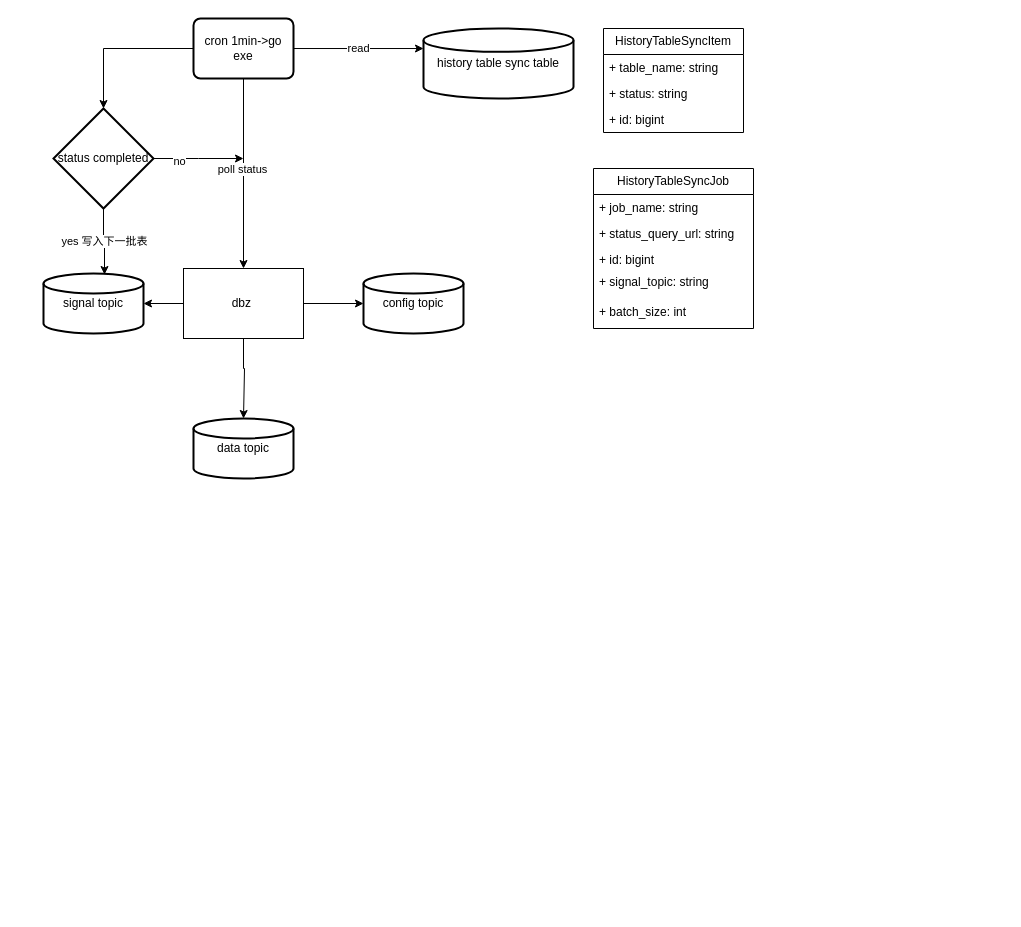
This is images/大分表历史同步.drawio from MyLanPangzi/docs, a draw.io file, before an edit. Source tidied: cells renumbered, new cells numbered last; positions are measured from the earlier drawing's top-left corner, leaving out a move shared by most shapes. Both pictures are drawn from the tidied source at 100%, with x=0, y=0 at pixel (43, 18).
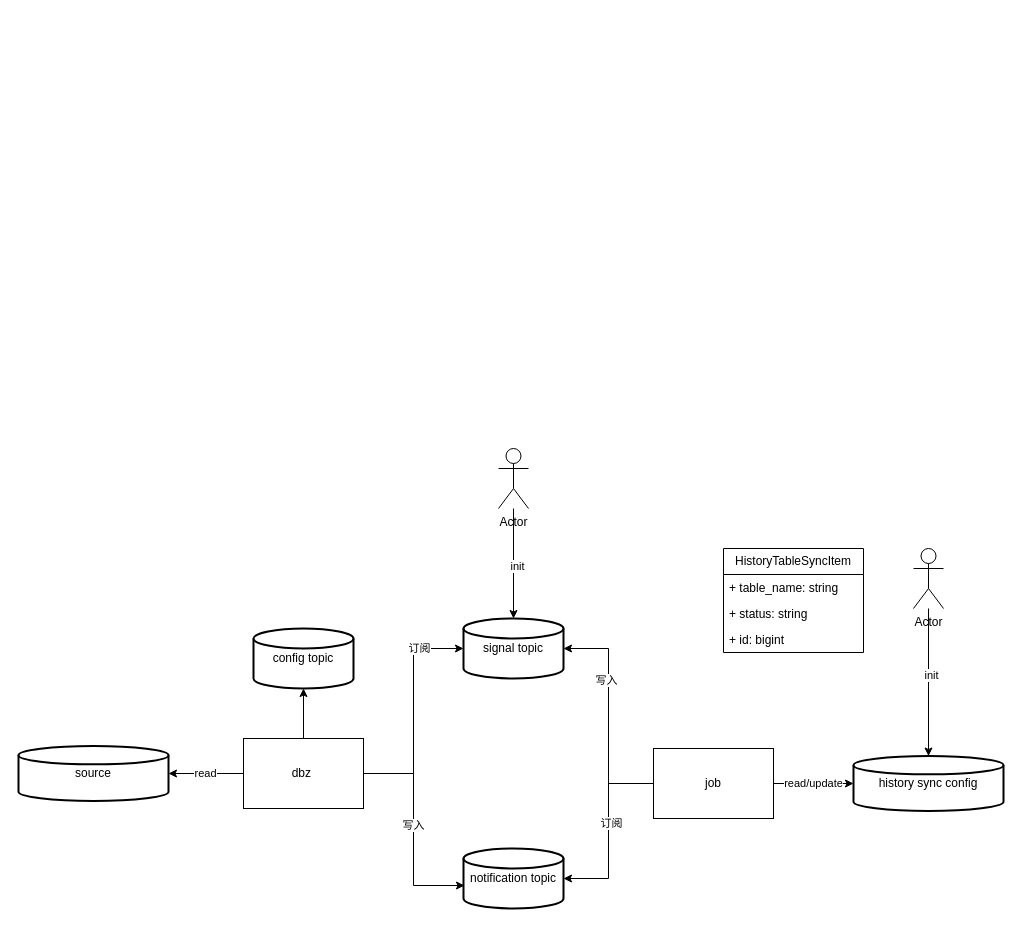
The same page after the edit.

Commit message:
更新大分表历史同步.drawio

Diff of the diagram source:
```diff
@@
-    <mxCell id="2" style="edgeStyle=orthogonalEdgeStyle;rounded=0;jettySize=auto;html=1;entryX=0;entryY=0.5;entryDx=0;entryDy=0;entryPerimeter=0;" parent="1" edge="1" source="4" target="5">
-      <mxGeometry relative="1" as="geometry" />
-    </mxCell>
-    <mxCell id="3" style="edgeStyle=orthogonalEdgeStyle;rounded=0;jettySize=auto;html=1;entryX=0.5;entryY=0;entryDx=0;entryDy=0;entryPerimeter=0;" parent="1" edge="1" source="4" target="8">
-      <mxGeometry relative="1" as="geometry">
-        <Array as="points">
-          <mxPoint x="200" y="350" />
-          <mxPoint x="201" y="350" />
-        </Array>
-      </mxGeometry>
-    </mxCell>
-    <mxCell id="4" value="dbz&amp;nbsp;" style="rounded=0;whiteSpace=wrap;html=1;" parent="1" vertex="1">
-      <mxGeometry x="140" y="250" width="120" height="70" as="geometry" />
-    </mxCell>
-    <mxCell id="5" value="config topic" style="strokeWidth=2;html=1;shape=mxgraph.flowchart.database;whiteSpace=wrap;" parent="1" vertex="1">
-      <mxGeometry x="320" y="255" width="100" height="60" as="geometry" />
-    </mxCell>
-    <mxCell id="6" value="signal topic" style="strokeWidth=2;html=1;shape=mxgraph.flowchart.database;whiteSpace=wrap;" parent="1" vertex="1">
-      <mxGeometry y="255" width="100" height="60" as="geometry" />
-    </mxCell>
-    <mxCell id="7" style="edgeStyle=orthogonalEdgeStyle;rounded=0;jettySize=auto;html=1;entryX=1;entryY=0.5;entryDx=0;entryDy=0;entryPerimeter=0;" parent="1" edge="1" source="4" target="6">
-      <mxGeometry relative="1" as="geometry" />
-    </mxCell>
-    <mxCell id="8" value="data topic" style="strokeWidth=2;html=1;shape=mxgraph.flowchart.database;whiteSpace=wrap;" parent="1" vertex="1">
-      <mxGeometry x="150" y="400" width="100" height="60" as="geometry" />
-    </mxCell>
-    <mxCell id="9" style="edgeStyle=orthogonalEdgeStyle;rounded=0;jettySize=auto;html=1;entryX=0.5;entryY=0;entryDx=0;entryDy=0;" parent="1" edge="1" source="11" target="4">
-      <mxGeometry relative="1" as="geometry" />
-    </mxCell>
-    <mxCell id="10" value="poll status" style="edgeLabel;html=1;align=center;verticalAlign=middle;" parent="9" vertex="1">
-      <mxGeometry x="-0.05" y="-2" relative="1" as="geometry" />
-    </mxCell>
-    <mxCell id="11" value="cron 1min-&amp;gt;go exe" style="rounded=1;whiteSpace=wrap;html=1;absoluteArcSize=1;arcSize=14;strokeWidth=2;" parent="1" vertex="1">
-      <mxGeometry x="150" width="100" height="60" as="geometry" />
-    </mxCell>
-    <mxCell id="12" style="edgeStyle=orthogonalEdgeStyle;rounded=0;jettySize=auto;html=1;exitX=1;exitY=0.5;exitDx=0;exitDy=0;exitPerimeter=0;" parent="1" edge="1" source="14">
-      <mxGeometry relative="1" as="geometry">
-        <mxPoint x="200" y="140" as="targetPoint" />
-      </mxGeometry>
-    </mxCell>
-    <mxCell id="13" value="no" style="edgeLabel;html=1;align=center;verticalAlign=middle;" parent="12" vertex="1">
-      <mxGeometry x="-0.45" y="-2" relative="1" as="geometry" />
-    </mxCell>
-    <mxCell id="14" value="status completed" style="strokeWidth=2;html=1;shape=mxgraph.flowchart.decision;whiteSpace=wrap;" parent="1" vertex="1">
-      <mxGeometry x="10" y="90" width="100" height="100" as="geometry" />
-    </mxCell>
-    <mxCell id="15" style="edgeStyle=orthogonalEdgeStyle;rounded=0;jettySize=auto;html=1;entryX=0.5;entryY=0;entryDx=0;entryDy=0;entryPerimeter=0;" parent="1" edge="1" source="11" target="14">
-      <mxGeometry relative="1" as="geometry" />
-    </mxCell>
-    <mxCell id="16" value="yes 写入下一批表" style="edgeStyle=orthogonalEdgeStyle;rounded=0;jettySize=auto;html=1;entryX=0.61;entryY=0.017;entryDx=0;entryDy=0;entryPerimeter=0;" parent="1" edge="1" source="14" target="6">
-      <mxGeometry relative="1" as="geometry" />
-    </mxCell>
-    <mxCell id="17" value="history table sync table" style="strokeWidth=2;html=1;shape=mxgraph.flowchart.database;whiteSpace=wrap;" parent="1" vertex="1">
-      <mxGeometry x="380" y="10" width="150" height="70" as="geometry" />
-    </mxCell>
-    <mxCell id="18" value="read" style="edgeStyle=orthogonalEdgeStyle;rounded=0;jettySize=auto;html=1;entryX=0;entryY=0.286;entryDx=0;entryDy=0;entryPerimeter=0;" parent="1" edge="1" source="11" target="17">
-      <mxGeometry relative="1" as="geometry" />
-    </mxCell>
     <mxCell id="19" value="HistoryTableSyncItem" style="swimlane;fontStyle=0;horizontal=1;startSize=26;fillColor=none;whiteSpace=wrap;html=1;" parent="1" vertex="1">
-      <mxGeometry x="560" y="10" width="140" height="104" as="geometry" />
+      <mxGeometry x="680" y="530" width="140" height="104" as="geometry" />
     </mxCell>
@@
-    <mxCell id="23" value="HistoryTableSyncJob" style="swimlane;fontStyle=0;horizontal=1;startSize=26;fillColor=none;whiteSpace=wrap;html=1;" parent="1" vertex="1">
-      <mxGeometry x="550" y="150" width="160" height="160" as="geometry" />
-    </mxCell>
-    <mxCell id="24" value="+ job_name: string" style="text;strokeColor=none;fillColor=none;align=left;verticalAlign=top;spacingLeft=4;spacingRight=4;overflow=hidden;whiteSpace=wrap;html=1;" parent="23" vertex="1">
-      <mxGeometry y="26" width="160" height="26" as="geometry" />
-    </mxCell>
-    <mxCell id="25" value="+ status_query_url: string" style="text;strokeColor=none;fillColor=none;align=left;verticalAlign=top;spacingLeft=4;spacingRight=4;overflow=hidden;whiteSpace=wrap;html=1;" parent="23" vertex="1">
-      <mxGeometry y="52" width="160" height="26" as="geometry" />
-    </mxCell>
-    <mxCell id="26" value="+ id: bigint" style="text;strokeColor=none;fillColor=none;align=left;verticalAlign=top;spacingLeft=4;spacingRight=4;overflow=hidden;whiteSpace=wrap;html=1;" parent="23" vertex="1">
-      <mxGeometry y="78" width="160" height="22" as="geometry" />
-    </mxCell>
-    <mxCell id="27" value="+ signal_topic: string" style="text;strokeColor=none;fillColor=none;align=left;verticalAlign=top;spacingLeft=4;spacingRight=4;overflow=hidden;whiteSpace=wrap;html=1;" parent="23" vertex="1">
-      <mxGeometry y="100" width="160" height="30" as="geometry" />
-    </mxCell>
-    <mxCell id="28" value="+ batch_size: int" style="text;strokeColor=none;fillColor=none;align=left;verticalAlign=top;spacingLeft=4;spacingRight=4;overflow=hidden;whiteSpace=wrap;html=1;" parent="23" vertex="1">
-      <mxGeometry y="130" width="160" height="30" as="geometry" />
-    </mxCell>
+    <mxCell id="18" value="read" style="edgeStyle=orthogonalEdgeStyle;rounded=0;jettySize=auto;html=1;" parent="1" edge="1" source="4" target="40">
+      <mxGeometry relative="1" as="geometry" />
+    </mxCell>
+    <mxCell id="4" value="dbz&amp;nbsp;" style="rounded=0;whiteSpace=wrap;html=1;" parent="1" vertex="1">
+      <mxGeometry x="200" y="720" width="120" height="70" as="geometry" />
+    </mxCell>
+    <mxCell id="29" value="read/update" style="edgeStyle=orthogonalEdgeStyle;rounded=0;jettySize=auto;html=1;exitX=1;exitY=0.5;exitDx=0;exitDy=0;" parent="1" edge="1" source="30" target="39">
+      <mxGeometry relative="1" as="geometry" />
+    </mxCell>
+    <mxCell id="30" value="job" style="rounded=0;whiteSpace=wrap;html=1;" parent="1" vertex="1">
+      <mxGeometry x="610" y="730" width="120" height="70" as="geometry" />
+    </mxCell>
+    <mxCell id="6" value="signal topic" style="strokeWidth=2;html=1;shape=mxgraph.flowchart.database;whiteSpace=wrap;" parent="1" vertex="1">
+      <mxGeometry x="420" y="600" width="100" height="60" as="geometry" />
+    </mxCell>
+    <mxCell id="31" value="notification topic" style="strokeWidth=2;html=1;shape=mxgraph.flowchart.database;whiteSpace=wrap;" parent="1" vertex="1">
+      <mxGeometry x="420" y="830" width="100" height="60" as="geometry" />
+    </mxCell>
+    <mxCell id="32" style="edgeStyle=orthogonalEdgeStyle;rounded=0;jettySize=auto;html=1;entryX=0.01;entryY=0.617;entryDx=0;entryDy=0;entryPerimeter=0;" parent="1" edge="1" source="4" target="31">
+      <mxGeometry relative="1" as="geometry" />
+    </mxCell>
+    <mxCell id="33" value="写入" style="edgeLabel;html=1;align=center;verticalAlign=middle;" parent="32" vertex="1">
+      <mxGeometry x="-0.05" y="-1" relative="1" as="geometry" />
+    </mxCell>
+    <mxCell id="7" style="edgeStyle=orthogonalEdgeStyle;rounded=0;jettySize=auto;html=1;entryX=0;entryY=0.5;entryDx=0;entryDy=0;entryPerimeter=0;" parent="1" edge="1" source="4" target="6">
+      <mxGeometry relative="1" as="geometry" />
+    </mxCell>
+    <mxCell id="34" value="订阅" style="edgeLabel;html=1;align=center;verticalAlign=middle;" parent="7" vertex="1">
+      <mxGeometry x="0.6" y="1" relative="1" as="geometry" />
+    </mxCell>
+    <mxCell id="35" style="edgeStyle=orthogonalEdgeStyle;rounded=0;jettySize=auto;html=1;entryX=1;entryY=0.5;entryDx=0;entryDy=0;entryPerimeter=0;" parent="1" edge="1" source="30" target="6">
+      <mxGeometry relative="1" as="geometry" />
+    </mxCell>
+    <mxCell id="36" value="写入" style="edgeLabel;html=1;align=center;verticalAlign=middle;" parent="35" vertex="1">
+      <mxGeometry x="0.32" y="3" relative="1" as="geometry" />
+    </mxCell>
+    <mxCell id="37" style="edgeStyle=orthogonalEdgeStyle;rounded=0;jettySize=auto;html=1;entryX=1;entryY=0.5;entryDx=0;entryDy=0;entryPerimeter=0;" parent="1" edge="1" source="30" target="31">
+      <mxGeometry relative="1" as="geometry" />
+    </mxCell>
+    <mxCell id="38" value="订阅" style="edgeLabel;html=1;align=center;verticalAlign=middle;" parent="37" vertex="1">
+      <mxGeometry x="-0.09" y="2" relative="1" as="geometry" />
+    </mxCell>
+    <mxCell id="39" value="history sync config" style="strokeWidth=2;html=1;shape=mxgraph.flowchart.database;whiteSpace=wrap;" parent="1" vertex="1">
+      <mxGeometry x="810" y="737.5" width="150" height="55" as="geometry" />
+    </mxCell>
+    <mxCell id="40" value="source" style="strokeWidth=2;html=1;shape=mxgraph.flowchart.database;whiteSpace=wrap;" parent="1" vertex="1">
+      <mxGeometry x="-25" y="727.5" width="150" height="55" as="geometry" />
+    </mxCell>
+    <mxCell id="5" value="config topic" style="strokeWidth=2;html=1;shape=mxgraph.flowchart.database;whiteSpace=wrap;" parent="1" vertex="1">
+      <mxGeometry x="210" y="610" width="100" height="60" as="geometry" />
+    </mxCell>
+    <mxCell id="2" style="edgeStyle=orthogonalEdgeStyle;rounded=0;jettySize=auto;html=1;entryX=0.5;entryY=1;entryDx=0;entryDy=0;entryPerimeter=0;" parent="1" edge="1" source="4" target="5">
+      <mxGeometry relative="1" as="geometry" />
+    </mxCell>
+    <mxCell id="41" style="edgeStyle=orthogonalEdgeStyle;rounded=0;jettySize=auto;html=1;" parent="1" edge="1" source="43" target="39">
+      <mxGeometry relative="1" as="geometry" />
+    </mxCell>
+    <mxCell id="42" value="init" style="edgeLabel;html=1;align=center;verticalAlign=middle;" parent="41" vertex="1">
+      <mxGeometry x="-0.1" y="2" relative="1" as="geometry" />
+    </mxCell>
+    <mxCell id="43" value="Actor" style="shape=umlActor;verticalLabelPosition=bottom;verticalAlign=top;html=1;" parent="1" vertex="1">
+      <mxGeometry x="870" y="530" width="30" height="60" as="geometry" />
+    </mxCell>
+    <mxCell id="44" value="Actor" style="shape=umlActor;verticalLabelPosition=bottom;verticalAlign=top;html=1;" parent="1" vertex="1">
+      <mxGeometry x="455" y="430" width="30" height="60" as="geometry" />
+    </mxCell>
+    <mxCell id="45" style="edgeStyle=orthogonalEdgeStyle;rounded=0;jettySize=auto;html=1;entryX=0.5;entryY=0;entryDx=0;entryDy=0;entryPerimeter=0;" parent="1" edge="1" source="44" target="6">
+      <mxGeometry relative="1" as="geometry" />
+    </mxCell>
+    <mxCell id="46" value="init" style="edgeLabel;html=1;align=center;verticalAlign=middle;" parent="45" vertex="1">
+      <mxGeometry x="0.04" y="3" relative="1" as="geometry" />
+    </mxCell>
```
